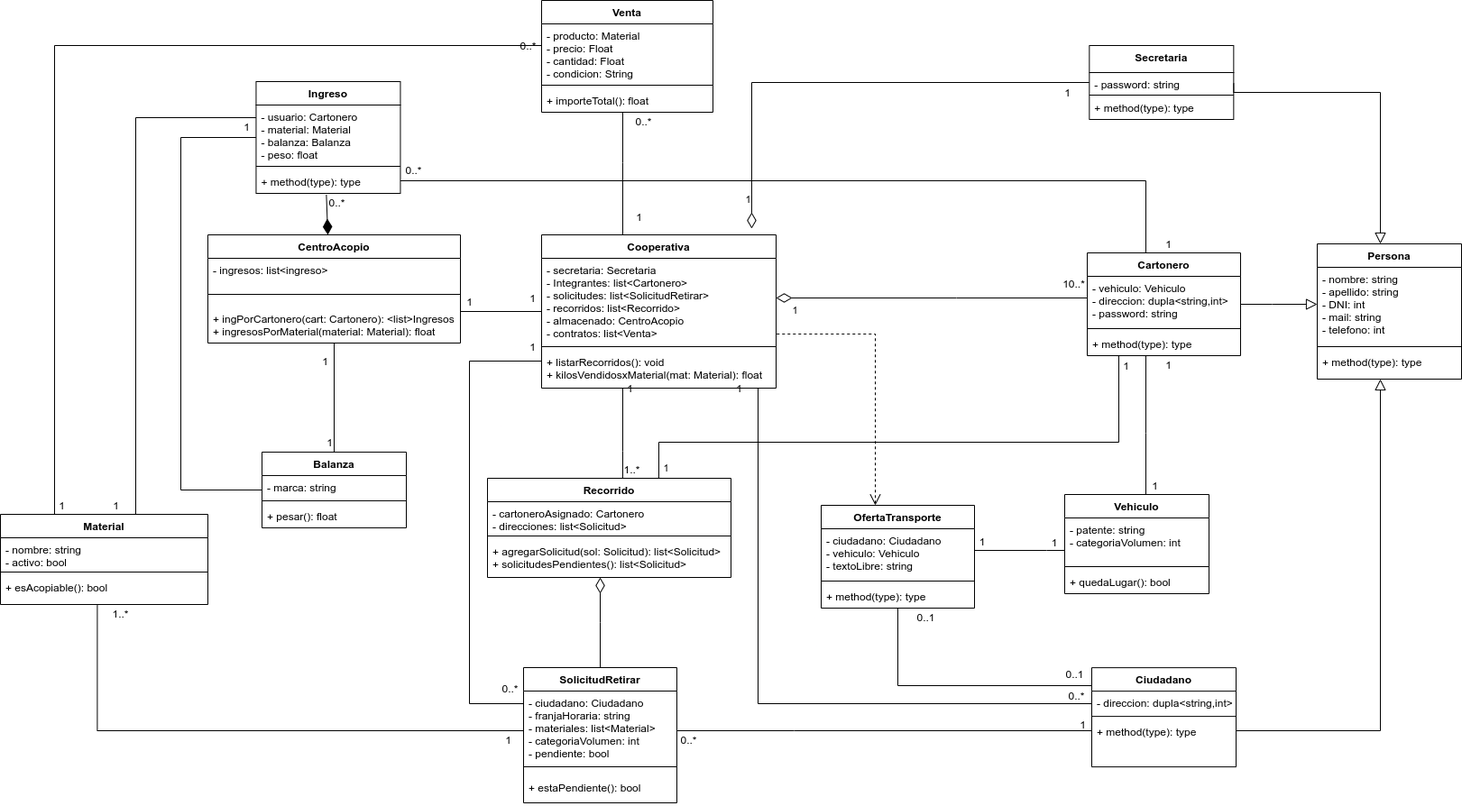
This is Entrega2/ClassDiagram_v3.png from MorisNicolas/TPE-Metodologia, a draw.io export, as it was before one commit. Source tidied: cells renumbered, new cells last; positions are measured from the earlier drawing's top-left corner, leaving out a move shared by most shapes.
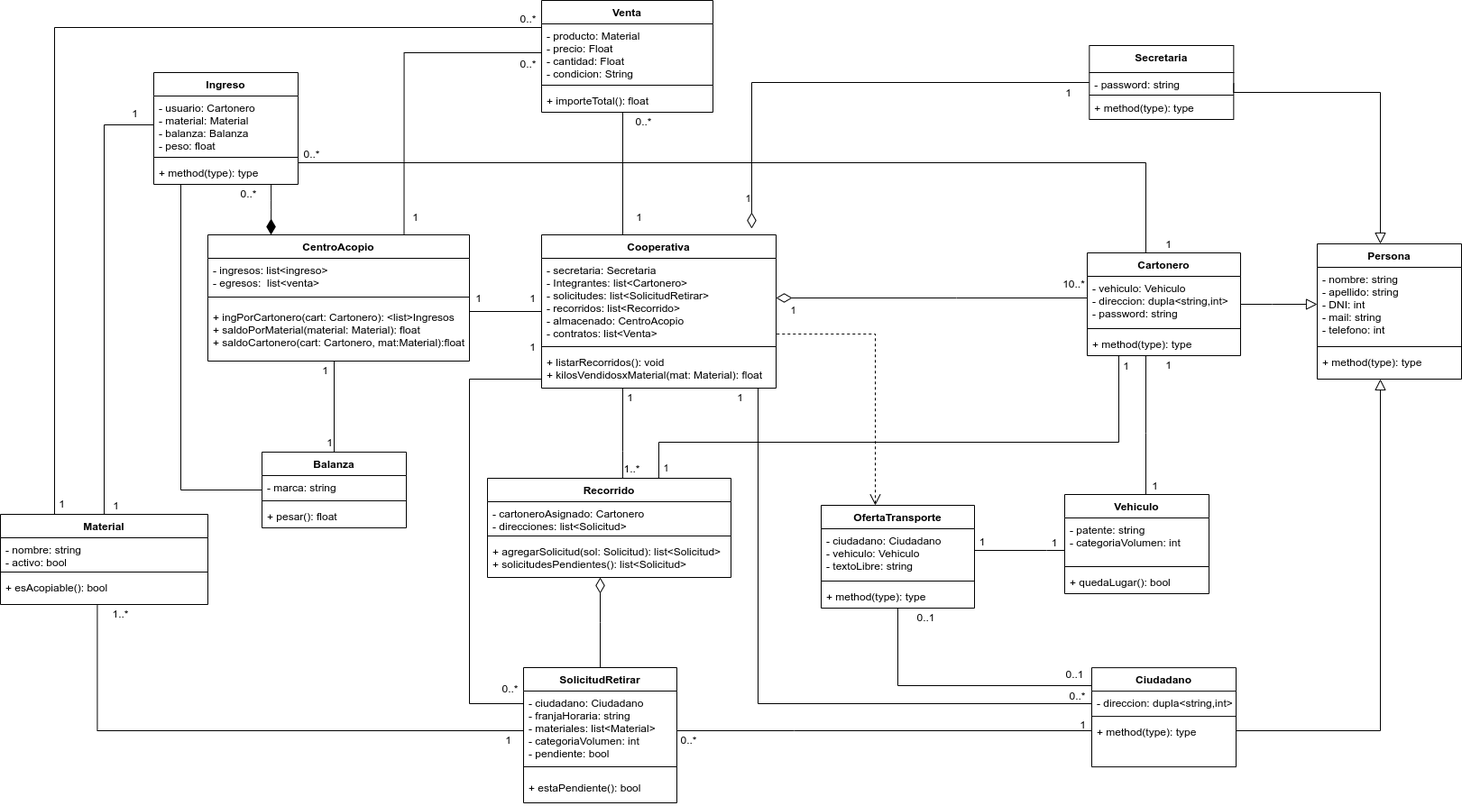
Above is the later version.

Change to the diagram source:
```diff
@@ -5,12 +5,12 @@
     <mxCell id="2" style="edgeStyle=orthogonalEdgeStyle;rounded=0;jettySize=auto;html=1;startArrow=none;startFill=0;endArrow=none;endFill=0;startSize=10;endSize=10;" parent="1" edge="1" source="3" target="43">
       <mxGeometry relative="1" as="geometry">
         <Array as="points">
-          <mxPoint x="1270" y="200" />
+          <mxPoint x="1270" y="180" />
         </Array>
       </mxGeometry>
     </mxCell>
     <mxCell id="3" value="Ingreso" style="swimlane;fontStyle=1;align=center;verticalAlign=top;horizontal=1;startSize=26;" parent="1" vertex="1">
-      <mxGeometry x="283.5" y="90" width="160" height="124" as="geometry" />
+      <mxGeometry x="170" y="80" width="160" height="124" as="geometry" />
     </mxCell>
     <mxCell id="4" value="- usuario: Cartonero&#10;- material: Material&#10;- balanza: Balanza&#10;- peso: float&#10;&#10;" style="text;strokeColor=none;fillColor=none;align=left;verticalAlign=top;spacingLeft=4;spacingRight=4;overflow=hidden;points=[[0,0.5],[1,0.5]];portConstraint=eastwest;" parent="3" vertex="1">
       <mxGeometry y="26" width="160" height="64" as="geometry" />
@@ -23,20 +23,20 @@
     </mxCell>
     <mxCell id="7" style="edgeStyle=orthogonalEdgeStyle;rounded=0;jettySize=auto;html=1;entryX=0.5;entryY=0;entryDx=0;entryDy=0;startArrow=none;startFill=0;endArrow=none;endFill=0;startSize=10;endSize=10;" parent="1" edge="1" target="12">
       <mxGeometry relative="1" as="geometry">
-        <mxPoint x="370" y="380" as="sourcePoint" />
+        <mxPoint x="370" y="400" as="sourcePoint" />
       </mxGeometry>
     </mxCell>
     <mxCell id="8" value="CentroAcopio" style="swimlane;fontStyle=1;align=center;verticalAlign=top;horizontal=1;startSize=26;" parent="1" vertex="1">
-      <mxGeometry x="230" y="260" width="280" height="120" as="geometry" />
+      <mxGeometry x="230" y="260" width="290" height="140" as="geometry" />
     </mxCell>
-    <mxCell id="9" value="- ingresos: list&lt;ingreso&gt;" style="text;strokeColor=none;fillColor=none;align=left;verticalAlign=top;spacingLeft=4;spacingRight=4;overflow=hidden;" parent="8" vertex="1">
-      <mxGeometry y="26" width="280" height="26" as="geometry" />
+    <mxCell id="9" value="- ingresos: list&lt;ingreso&gt;&#10;- egresos:  list&lt;venta&gt;&#10;-" style="text;strokeColor=none;fillColor=none;align=left;verticalAlign=top;spacingLeft=4;spacingRight=4;overflow=hidden;" parent="8" vertex="1">
+      <mxGeometry y="26" width="290" height="34" as="geometry" />
     </mxCell>
     <mxCell id="10" style="line;strokeWidth=1;fillColor=none;align=left;verticalAlign=middle;spacingTop=-1;spacingLeft=3;spacingRight=3;labelPosition=right;" parent="8" vertex="1">
-      <mxGeometry y="52" width="280" height="28" as="geometry" />
+      <mxGeometry y="60" width="290" height="18" as="geometry" />
     </mxCell>
-    <mxCell id="11" value="+ ingPorCartonero(cart: Cartonero): &lt;list&gt;Ingresos&#10;+ ingresosPorMaterial(material: Material): float&#10;" style="text;strokeColor=none;fillColor=none;align=left;verticalAlign=top;spacingLeft=4;spacingRight=4;overflow=hidden;" parent="8" vertex="1">
-      <mxGeometry y="80" width="280" height="40" as="geometry" />
+    <mxCell id="11" value="+ ingPorCartonero(cart: Cartonero): &lt;list&gt;Ingresos&#10;+ saldoPorMaterial(material: Material): float&#10;+ saldoCartonero(cart: Cartonero, mat:Material):float&#10;" style="text;strokeColor=none;fillColor=none;align=left;verticalAlign=top;spacingLeft=4;spacingRight=4;overflow=hidden;" parent="8" vertex="1">
+      <mxGeometry y="78" width="290" height="62" as="geometry" />
     </mxCell>
     <mxCell id="12" value="Balanza" style="swimlane;fontStyle=1;align=center;verticalAlign=top;horizontal=1;startSize=26;" parent="1" vertex="1">
       <mxGeometry x="290" y="501" width="160" height="84" as="geometry" />
@@ -53,15 +53,13 @@
     <mxCell id="16" style="edgeStyle=orthogonalEdgeStyle;rounded=0;orthogonalLoop=1;jettySize=auto;html=1;exitX=1;exitY=0.5;exitDx=0;exitDy=0;" parent="12" edge="1" source="13" target="13">
       <mxGeometry relative="1" as="geometry" />
     </mxCell>
-    <mxCell id="17" style="edgeStyle=orthogonalEdgeStyle;rounded=0;jettySize=auto;html=1;startArrow=none;startFill=0;endArrow=none;endFill=0;startSize=10;endSize=10;" parent="1" edge="1" source="19" target="4">
-      <mxGeometry relative="1" as="geometry">
-        <Array as="points">
-          <mxPoint x="150" y="130" />
-        </Array>
-      </mxGeometry>
+    <mxCell id="17" style="edgeStyle=orthogonalEdgeStyle;rounded=0;jettySize=auto;html=1;startArrow=none;startFill=0;endArrow=none;endFill=0;startSize=10;endSize=10;entryX=0;entryY=0.5;entryDx=0;entryDy=0;" parent="1" edge="1" source="19" target="4">
+      <mxGeometry relative="1" as="geometry" />
     </mxCell>
     <mxCell id="18" value="1" style="edgeLabel;html=1;align=center;verticalAlign=middle;fontSize=12;" parent="17" vertex="1">
-      <mxGeometry x="0.96" y="-9" relative="1" as="geometry" />
+      <mxGeometry x="0.96" y="-9" relative="1" as="geometry">
+        <mxPoint x="-12" y="-23" as="offset" />
+      </mxGeometry>
     </mxCell>
     <mxCell id="19" value="Material" style="swimlane;fontStyle=1;align=center;verticalAlign=top;horizontal=1;startSize=26;" parent="1" vertex="1">
       <mxGeometry y="570" width="230" height="100" as="geometry" />
@@ -86,7 +84,7 @@
     <mxCell id="24" style="edgeStyle=orthogonalEdgeStyle;rounded=0;jettySize=auto;html=1;startArrow=none;startFill=0;endArrow=none;endFill=0;startSize=10;endSize=10;" parent="1" edge="1" source="25" target="78">
       <mxGeometry relative="1" as="geometry">
         <Array as="points">
-          <mxPoint x="520" y="400" />
+          <mxPoint x="520" y="420" />
           <mxPoint x="520" y="780" />
         </Array>
       </mxGeometry>
@@ -106,7 +104,7 @@
     <mxCell id="29" style="edgeStyle=orthogonalEdgeStyle;rounded=0;jettySize=auto;html=1;endArrow=none;endFill=0;" parent="1" edge="1" source="31" target="19">
       <mxGeometry relative="1" as="geometry">
         <Array as="points">
-          <mxPoint x="60" y="50" />
+          <mxPoint x="60" y="30" />
         </Array>
       </mxGeometry>
     </mxCell>
@@ -352,9 +350,9 @@
         <mxPoint x="10" y="3" as="offset" />
       </mxGeometry>
     </mxCell>
-    <mxCell id="86" style="endArrow=diamondThin;endFill=1;endSize=15;html=1;exitX=0.487;exitY=1.062;exitDx=0;exitDy=0;exitPerimeter=0;" parent="1" edge="1" source="6">
+    <mxCell id="86" style="endArrow=diamondThin;endFill=1;endSize=15;html=1;exitX=0.813;exitY=1;exitDx=0;exitDy=0;exitPerimeter=0;edgeStyle=orthogonalEdgeStyle;" parent="1" edge="1" source="6">
       <mxGeometry relative="1" as="geometry">
-        <mxPoint x="363" y="260" as="targetPoint" />
+        <mxPoint x="300" y="260" as="targetPoint" />
       </mxGeometry>
     </mxCell>
     <mxCell id="87" style="edgeStyle=orthogonalEdgeStyle;rounded=0;jettySize=auto;html=1;startArrow=none;startFill=0;endArrow=none;endFill=0;startSize=10;endSize=10;" parent="1" edge="1" source="57" target="78">
@@ -389,13 +387,13 @@
       <mxGeometry x="1270" y="528" width="20" height="20" as="geometry" />
     </mxCell>
     <mxCell id="93" value="1" style="text;html=1;align=center;verticalAlign=middle;strokeColor=none;" parent="1" vertex="1">
-      <mxGeometry x="809" y="420" width="20" height="20" as="geometry" />
+      <mxGeometry x="810" y="430" width="20" height="20" as="geometry" />
     </mxCell>
     <mxCell id="94" value="10..*" style="text;html=1;align=center;verticalAlign=middle;strokeColor=none;" parent="1" vertex="1">
       <mxGeometry x="1170" y="304" width="40" height="20" as="geometry" />
     </mxCell>
     <mxCell id="95" value="1" style="text;html=1;align=center;verticalAlign=middle;strokeColor=none;" parent="1" vertex="1">
-      <mxGeometry x="510" y="324" width="20" height="20" as="geometry" />
+      <mxGeometry x="520" y="320" width="20" height="20" as="geometry" />
     </mxCell>
     <mxCell id="96" value="1" style="text;html=1;align=center;verticalAlign=middle;strokeColor=none;" parent="1" vertex="1">
       <mxGeometry x="698" y="230" width="20" height="20" as="geometry" />
@@ -407,7 +405,7 @@
       <mxGeometry x="698" y="124" width="30" height="20" as="geometry" />
     </mxCell>
     <mxCell id="99" value="0..*" style="text;html=1;align=center;verticalAlign=middle;strokeColor=none;" parent="1" vertex="1">
-      <mxGeometry x="358.5" y="214" width="30" height="20" as="geometry" />
+      <mxGeometry x="260" y="204" width="30" height="20" as="geometry" />
     </mxCell>
     <mxCell id="100" style="edgeStyle=orthogonalEdgeStyle;rounded=0;jettySize=auto;html=1;startArrow=none;startFill=0;endArrow=none;endFill=0;startSize=10;endSize=10;" parent="1" edge="1" source="25" target="38">
       <mxGeometry relative="1" as="geometry">
@@ -423,13 +421,13 @@
       </mxGeometry>
     </mxCell>
     <mxCell id="102" value="0..*" style="text;html=1;align=center;verticalAlign=middle;strokeColor=none;" parent="1" vertex="1">
-      <mxGeometry x="570" y="40" width="30" height="20" as="geometry" />
+      <mxGeometry x="570" y="10" width="30" height="20" as="geometry" />
     </mxCell>
     <mxCell id="103" value="1" style="text;html=1;align=center;verticalAlign=middle;strokeColor=none;" parent="1" vertex="1">
       <mxGeometry x="118" y="550" width="20" height="20" as="geometry" />
     </mxCell>
     <mxCell id="104" value="1" style="text;html=1;align=center;verticalAlign=middle;strokeColor=none;" parent="1" vertex="1">
-      <mxGeometry x="350" y="390" width="20" height="20" as="geometry" />
+      <mxGeometry x="350" y="400" width="20" height="20" as="geometry" />
     </mxCell>
     <mxCell id="105" value="1" style="text;html=1;align=center;verticalAlign=middle;strokeColor=none;" parent="1" vertex="1">
       <mxGeometry x="580" y="320" width="20" height="20" as="geometry" />
@@ -438,7 +436,7 @@
       <mxGeometry x="553" y="810" width="20" height="20" as="geometry" />
     </mxCell>
     <mxCell id="107" value="0..*" style="text;html=1;align=center;verticalAlign=middle;strokeColor=none;" parent="1" vertex="1">
-      <mxGeometry x="443.5" y="178" width="30" height="20" as="geometry" />
+      <mxGeometry x="330" y="160" width="30" height="20" as="geometry" />
     </mxCell>
     <mxCell id="108" value="1..*" style="text;html=1;align=center;verticalAlign=middle;strokeColor=none;" parent="1" vertex="1">
       <mxGeometry x="118" y="670" width="30" height="20" as="geometry" />
@@ -450,7 +448,7 @@
       <mxGeometry x="1190" y="793.1" width="20" height="20" as="geometry" />
     </mxCell>
     <mxCell id="111" value="1" style="text;html=1;align=center;verticalAlign=middle;strokeColor=none;" parent="1" vertex="1">
-      <mxGeometry x="688" y="420" width="20" height="20" as="geometry" />
+      <mxGeometry x="688" y="430" width="20" height="20" as="geometry" />
     </mxCell>
     <mxCell id="112" value="0..*" style="text;html=1;align=center;verticalAlign=middle;strokeColor=none;" parent="1" vertex="1">
       <mxGeometry x="748" y="810" width="30" height="20" as="geometry" />
@@ -470,5 +468,14 @@
     <mxCell id="117" value="1" style="text;html=1;align=center;verticalAlign=middle;strokeColor=none;" parent="1" vertex="1">
       <mxGeometry x="580" y="374" width="20" height="20" as="geometry" />
     </mxCell>
+    <mxCell id="118" style="edgeStyle=orthogonalEdgeStyle;rounded=0;jettySize=auto;html=1;endArrow=none;endFill=0;entryX=0.75;entryY=0;entryDx=0;entryDy=0;" parent="1" edge="1" source="32" target="8">
+      <mxGeometry relative="1" as="geometry" />
+    </mxCell>
+    <mxCell id="119" value="0..*" style="text;html=1;align=center;verticalAlign=middle;strokeColor=none;" parent="1" vertex="1">
+      <mxGeometry x="570" y="60" width="30" height="20" as="geometry" />
+    </mxCell>
+    <mxCell id="120" value="1" style="text;html=1;align=center;verticalAlign=middle;strokeColor=none;" parent="1" vertex="1">
+      <mxGeometry x="450" y="230" width="20" height="20" as="geometry" />
+    </mxCell>
   </root>
 </mxGraphModel>
```
